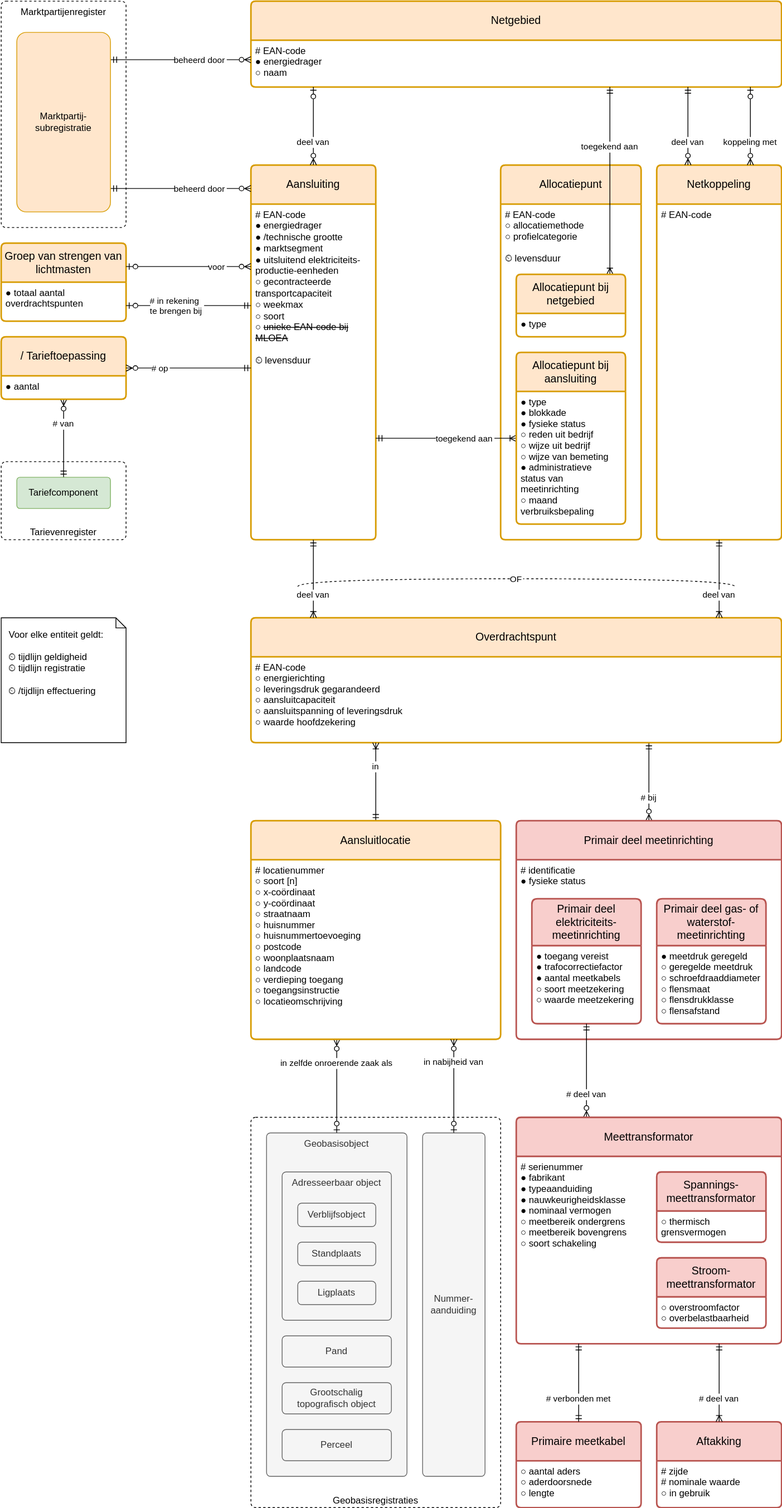
Above: registers/aansluitingenregister/1.4/aansluitingenregister.drawio.svg in Netbeheer-Nederland/stelsel (draw.io), before the change. Source tidied: cells renumbered, new cells last; positions are measured from the earlier drawing's top-left corner, leaving out a move shared by most shapes.
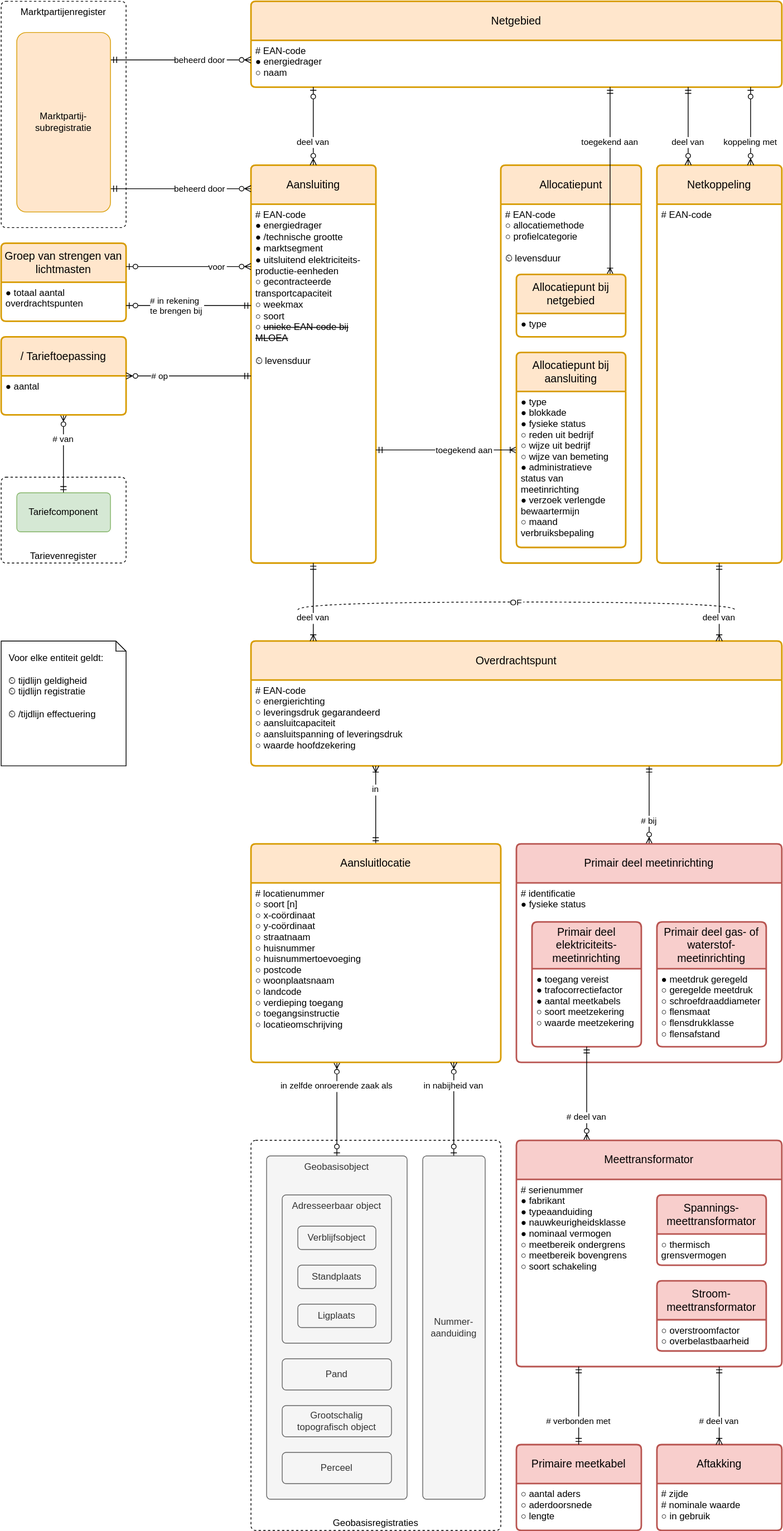
Above is the later version.

Commit message:
verzoek verlengde bewaartermijn

What changed in the source:
```diff
@@ -6,22 +6,22 @@
       <mxGeometry x="0.4" relative="1" as="geometry" />
     </mxCell>
     <mxCell id="3" value="Tarievenregister" style="rounded=1;whiteSpace=wrap;verticalAlign=bottom;sketch=0;fontSize=12;dashed=1;arcSize=12;absoluteArcSize=1;" parent="1" vertex="1">
-      <mxGeometry y="590" width="160" height="100" as="geometry" />
+      <mxGeometry y="580" width="160" height="110" as="geometry" />
     </mxCell>
     <mxCell id="4" value="Marktpartijenregister" style="rounded=1;whiteSpace=wrap;verticalAlign=top;sketch=0;fontSize=12;dashed=1;arcSize=12;absoluteArcSize=1;" parent="1" vertex="1">
-      <mxGeometry width="160" height="290" as="geometry" />
+      <mxGeometry y="-30" width="160" height="290" as="geometry" />
     </mxCell>
     <mxCell id="5" value="Aansluiting" style="swimlane;horizontal=1;startSize=50;rounded=1;fontSize=14;fontStyle=0;strokeWidth=2;shadow=0;dashed=0;align=center;arcSize=4;whiteSpace=wrap;fillColor=#ffe6cc;strokeColor=#d79b00;" parent="1" vertex="1">
-      <mxGeometry x="320" y="210" width="160" height="480" as="geometry" />
+      <mxGeometry x="320" y="180" width="160" height="510" as="geometry" />
     </mxCell>
     <mxCell id="6" value="# EAN-code&lt;br&gt;●&amp;nbsp;energiedrager&lt;br&gt;● /technische grootte&lt;br&gt;●&amp;nbsp;marktsegment&lt;br&gt;● uitsluitend elektriciteits-&lt;br&gt;&amp;nbsp; &amp;nbsp;productie-eenheden&lt;br&gt;○ gecontracteerde&lt;br&gt;&amp;nbsp; &amp;nbsp;transportcapaciteit&lt;br&gt;○ weekmax&lt;br&gt;○ soort&lt;br&gt;○ &lt;strike&gt;unieke EAN-code bij&lt;/strike&gt;&lt;br&gt;&amp;nbsp; &amp;nbsp;&lt;strike&gt;MLOEA&lt;/strike&gt;&lt;br&gt;&lt;br&gt;⏲ levensduur" style="align=left;strokeColor=none;fillColor=none;spacingLeft=4;fontSize=12;verticalAlign=top;fontColor=default;html=1;" parent="5" vertex="1">
-      <mxGeometry y="50" width="160" height="430" as="geometry" />
+      <mxGeometry y="50" width="160" height="460" as="geometry" />
     </mxCell>
     <mxCell id="7" value="Allocatiepunt" style="swimlane;horizontal=1;startSize=50;rounded=1;fontSize=14;fontStyle=0;strokeWidth=2;shadow=0;dashed=0;align=center;arcSize=4;whiteSpace=wrap;fillColor=#ffe6cc;strokeColor=#d79b00;" parent="1" vertex="1">
-      <mxGeometry x="640" y="210" width="180" height="480" as="geometry" />
+      <mxGeometry x="640" y="180" width="180" height="510" as="geometry" />
     </mxCell>
     <mxCell id="8" value="# EAN-code&#10;○ allocatiemethode&#10;○ profielcategorie&#10;&#10;⏲ levensduur" style="align=left;strokeColor=none;fillColor=none;spacingLeft=4;fontSize=12;verticalAlign=top;fontColor=default;" parent="7" vertex="1">
-      <mxGeometry y="50" width="180" height="430" as="geometry" />
+      <mxGeometry y="50" width="180" height="460" as="geometry" />
     </mxCell>
     <mxCell id="9" value="Overdrachtspunt" style="swimlane;horizontal=1;startSize=50;rounded=1;fontSize=14;fontStyle=0;strokeWidth=2;shadow=0;dashed=0;align=center;arcSize=4;whiteSpace=wrap;fillColor=#ffe6cc;strokeColor=#d79b00;" parent="1" vertex="1">
       <mxGeometry x="320" y="790" width="680" height="160" as="geometry" />
@@ -41,7 +41,7 @@
       <mxGeometry x="0.4" relative="1" as="geometry" />
     </mxCell>
     <mxCell id="14" value="Netgebied" style="swimlane;horizontal=1;startSize=50;rounded=1;fontSize=14;fontStyle=0;strokeWidth=2;shadow=0;dashed=0;align=center;fillColor=#ffe6cc;strokeColor=#d79b00;arcSize=4;whiteSpace=wrap;" parent="1" vertex="1">
-      <mxGeometry x="320" width="680" height="110" as="geometry" />
+      <mxGeometry x="320" y="-30" width="680" height="110" as="geometry" />
     </mxCell>
     <mxCell id="15" value="# EAN-code&#10;● energiedrager&#10;○ naam" style="align=left;strokeColor=none;fillColor=none;spacingLeft=4;fontSize=12;verticalAlign=top;fontColor=default;" parent="14" vertex="1">
       <mxGeometry y="50" width="680" height="60" as="geometry" />
@@ -50,9 +50,9 @@
       <mxGeometry x="-0.4" relative="1" as="geometry" />
     </mxCell>
     <mxCell id="17" value="toegekend aan" style="endArrow=ERmandOne;startArrow=ERoneToMany;rounded=0;startFill=0;endFill=0;verticalAlign=middle;strokeColor=default;align=center;edgeStyle=elbowEdgeStyle;" parent="1" edge="1" source="33" target="14">
-      <mxGeometry x="0.36" relative="1" as="geometry">
+      <mxGeometry x="0.42" relative="1" as="geometry">
         <Array as="points">
-          <mxPoint x="780" y="250" />
+          <mxPoint x="780" y="220" />
         </Array>
       </mxGeometry>
     </mxCell>
@@ -70,10 +70,10 @@
       <mxGeometry y="790" width="160" height="160" as="geometry" />
     </mxCell>
     <mxCell id="21" value="/ Tarieftoepassing" style="swimlane;horizontal=1;startSize=50;rounded=1;fontSize=14;fontStyle=0;strokeWidth=2;shadow=0;dashed=0;align=center;fillColor=#ffe6cc;strokeColor=#d79b00;arcSize=4;whiteSpace=wrap;" parent="1" vertex="1">
-      <mxGeometry y="430" width="160" height="80" as="geometry" />
+      <mxGeometry y="400" width="160" height="100" as="geometry" />
     </mxCell>
     <mxCell id="22" value="● aantal" style="align=left;strokeColor=none;fillColor=none;spacingLeft=4;fontSize=12;verticalAlign=top;fontColor=default;" parent="21" vertex="1">
-      <mxGeometry y="50" width="160" height="30" as="geometry" />
+      <mxGeometry y="50" width="160" height="50" as="geometry" />
     </mxCell>
     <mxCell id="23" value="# op" style="endArrow=ERzeroToMany;rounded=0;startArrow=ERmandOne;startFill=0;endFill=0;edgeStyle=elbowEdgeStyle;elbow=vertical;align=left;" parent="1" edge="1" source="5" target="21">
       <mxGeometry x="0.62" relative="1" as="geometry">
@@ -81,7 +81,7 @@
       </mxGeometry>
     </mxCell>
     <mxCell id="24" value="Groep van strengen van lichtmasten" style="swimlane;horizontal=1;startSize=50;rounded=1;fontSize=14;fontStyle=0;strokeWidth=2;shadow=0;dashed=0;align=center;fillColor=#ffe6cc;strokeColor=#d79b00;arcSize=4;whiteSpace=wrap;" parent="1" vertex="1">
-      <mxGeometry y="310" width="160" height="100" as="geometry" />
+      <mxGeometry y="280" width="160" height="100" as="geometry" />
     </mxCell>
     <mxCell id="25" value="● totaal aantal&#10;   overdrachtspunten" style="align=left;strokeColor=none;fillColor=none;spacingLeft=4;fontSize=12;verticalAlign=top;fontColor=default;" parent="24" vertex="1">
       <mxGeometry y="50" width="160" height="50" as="geometry" />
@@ -89,7 +89,7 @@
     <mxCell id="26" value="voor" style="endArrow=ERzeroToMany;rounded=0;startArrow=ERzeroToOne;startFill=0;endFill=0;align=right;edgeStyle=elbowEdgeStyle;elbow=vertical;" parent="1" edge="1" source="24" target="5">
       <mxGeometry x="0.62" relative="1" as="geometry">
         <Array as="points">
-          <mxPoint x="240" y="340" />
+          <mxPoint x="240" y="310" />
         </Array>
         <mxPoint x="-1" as="offset" />
       </mxGeometry>
@@ -97,7 +97,7 @@
     <mxCell id="27" value="# in rekening&#10;te brengen bij" style="endArrow=ERmandOne;rounded=0;edgeStyle=elbowEdgeStyle;endFill=0;startArrow=ERzeroToOne;startFill=0;align=left;elbow=vertical;" parent="1" edge="1" source="24" target="5">
       <mxGeometry x="-0.62" relative="1" as="geometry">
         <Array as="points">
-          <mxPoint x="240" y="390" />
+          <mxPoint x="240" y="360" />
         </Array>
         <mxPoint x="-1" as="offset" />
       </mxGeometry>
@@ -108,19 +108,19 @@
       </mxGeometry>
     </mxCell>
     <mxCell id="29" value="Netkoppeling" style="swimlane;horizontal=1;startSize=50;rounded=1;fontSize=14;fontStyle=0;strokeWidth=2;shadow=0;dashed=0;align=center;fillColor=#ffe6cc;strokeColor=#d79b00;arcSize=4;whiteSpace=wrap;" parent="1" vertex="1">
-      <mxGeometry x="840" y="210" width="160" height="480" as="geometry" />
+      <mxGeometry x="840" y="180" width="160" height="510" as="geometry" />
     </mxCell>
     <mxCell id="30" value="# EAN-code" style="align=left;strokeColor=none;fillColor=none;spacingLeft=4;fontSize=12;verticalAlign=top;fontColor=default;" parent="29" vertex="1">
-      <mxGeometry y="50" width="160" height="430" as="geometry" />
+      <mxGeometry y="50" width="160" height="460" as="geometry" />
     </mxCell>
     <mxCell id="31" value="Allocatiepunt bij aansluiting" style="swimlane;horizontal=1;startSize=50;rounded=1;fontSize=14;fontStyle=0;strokeWidth=2;shadow=0;dashed=0;align=center;fillColor=#ffe6cc;strokeColor=#d79b00;arcSize=4;whiteSpace=wrap;" parent="1" vertex="1">
-      <mxGeometry x="660" y="450" width="140" height="220" as="geometry" />
+      <mxGeometry x="660" y="420" width="140" height="250" as="geometry" />
     </mxCell>
-    <mxCell id="32" value="● type&#10;● blokkade&#10;● fysieke status&#10;○ reden uit bedrijf&#10;○ wijze uit bedrijf&#10;○ wijze van bemeting&#10;● administratieve&#10;   status van&#10;   meetinrichting&#10;○ maand&#10;   verbruiksbepaling" style="align=left;strokeColor=none;fillColor=none;spacingLeft=4;fontSize=12;verticalAlign=top;fontColor=default;" parent="31" vertex="1">
-      <mxGeometry y="50" width="140" height="170" as="geometry" />
+    <mxCell id="32" value="● type&#10;● blokkade&#10;● fysieke status&#10;○ reden uit bedrijf&#10;○ wijze uit bedrijf&#10;○ wijze van bemeting&#10;● administratieve&#10;   status van&#10;   meetinrichting&#10;● verzoek verlengde&#10;   bewaartermijn&#10;○ maand&#10;   verbruiksbepaling" style="align=left;strokeColor=none;fillColor=none;spacingLeft=4;fontSize=12;verticalAlign=top;fontColor=default;" parent="31" vertex="1">
+      <mxGeometry y="50" width="140" height="200" as="geometry" />
     </mxCell>
     <mxCell id="33" value="Allocatiepunt bij netgebied" style="swimlane;horizontal=1;startSize=50;rounded=1;fontSize=14;fontStyle=0;strokeWidth=2;shadow=0;dashed=0;align=center;fillColor=#ffe6cc;strokeColor=#d79b00;arcSize=4;whiteSpace=wrap;" parent="1" vertex="1">
-      <mxGeometry x="660" y="350" width="140" height="80" as="geometry" />
+      <mxGeometry x="660" y="320" width="140" height="80" as="geometry" />
     </mxCell>
     <mxCell id="34" value="● type" style="align=left;strokeColor=none;fillColor=none;spacingLeft=4;fontSize=12;verticalAlign=top;fontColor=default;" parent="33" vertex="1">
       <mxGeometry y="50" width="140" height="30" as="geometry" />
@@ -131,7 +131,7 @@
     <mxCell id="36" value="koppeling met" style="fontSize=11;endArrow=ERzeroToOne;startArrow=ERzeroToMany;rounded=0;startFill=0;endFill=0;verticalAlign=middle;strokeColor=default;labelBackgroundColor=default;fontColor=default;align=center;edgeStyle=elbowEdgeStyle;" parent="1" edge="1" source="29" target="14">
       <mxGeometry x="-0.4" relative="1" as="geometry">
         <Array as="points">
-          <mxPoint x="960" y="190" />
+          <mxPoint x="960" y="160" />
         </Array>
       </mxGeometry>
     </mxCell>
@@ -148,15 +148,15 @@
     <mxCell id="38" value="deel van" style="fontSize=11;endArrow=ERmandOne;startArrow=ERzeroToMany;rounded=0;startFill=0;endFill=0;verticalAlign=middle;strokeColor=default;labelBackgroundColor=default;fontColor=default;align=center;edgeStyle=elbowEdgeStyle;" parent="1" edge="1" source="29" target="14">
       <mxGeometry x="-0.4" relative="1" as="geometry">
         <Array as="points">
-          <mxPoint x="880" y="190" />
+          <mxPoint x="880" y="160" />
         </Array>
       </mxGeometry>
     </mxCell>
     <mxCell id="39" value="Marktpartij-subregistratie" style="rounded=1;arcSize=10;whiteSpace=wrap;align=center;fillColor=#ffe6cc;strokeColor=#d79b00;" parent="1" vertex="1">
-      <mxGeometry x="20" y="40" width="120" height="230" as="geometry" />
+      <mxGeometry x="20" y="10" width="120" height="230" as="geometry" />
     </mxCell>
     <mxCell id="40" value="Tariefcomponent" style="rounded=1;arcSize=10;whiteSpace=wrap;align=center;fillColor=#d5e8d4;strokeColor=#82b366;" parent="1" vertex="1">
-      <mxGeometry x="20" y="610" width="120" height="40" as="geometry" />
+      <mxGeometry x="20" y="600" width="120" height="50" as="geometry" />
     </mxCell>
     <mxCell id="41" value="Primair deel meetinrichting" style="swimlane;horizontal=1;startSize=50;rounded=1;fontSize=14;fontStyle=0;strokeWidth=2;shadow=0;dashed=0;align=center;arcSize=4;whiteSpace=wrap;fillColor=#f8cecc;strokeColor=#b85450;" parent="1" vertex="1">
       <mxGeometry x="660" y="1050" width="340" height="280" as="geometry" />
```
